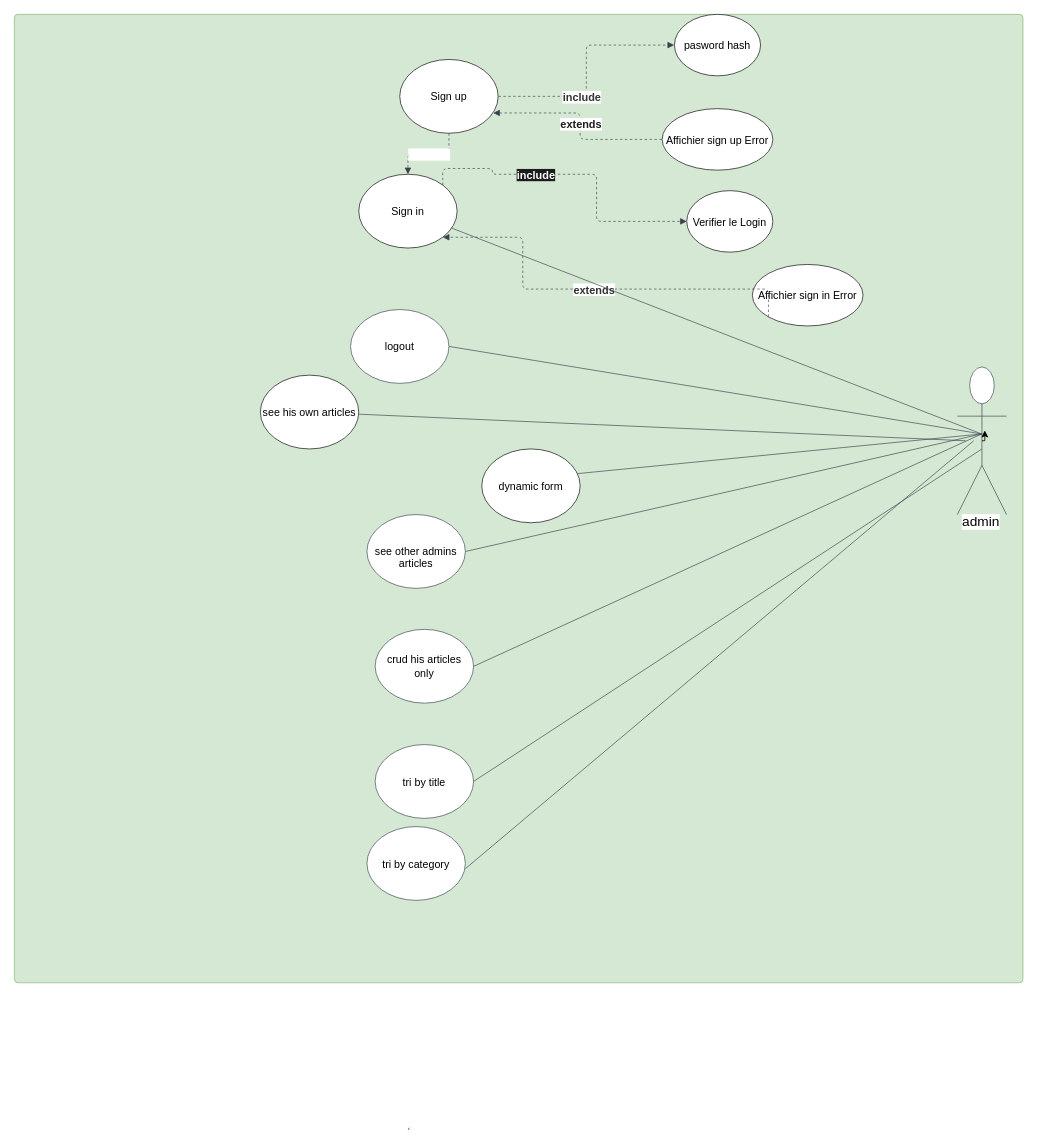
Earlier version of the draw.io diagram diagrams/diagram use case.drawio (ABRACHE01/Planet.DEV__website). Source tidied: cells renumbered, new cells numbered last; positions are measured from the earlier drawing's top-left corner, leaving out a move shared by most shapes. Both pictures are drawn from the tidied source at 82%, with x=0, y=0 at pixel (14, 14).
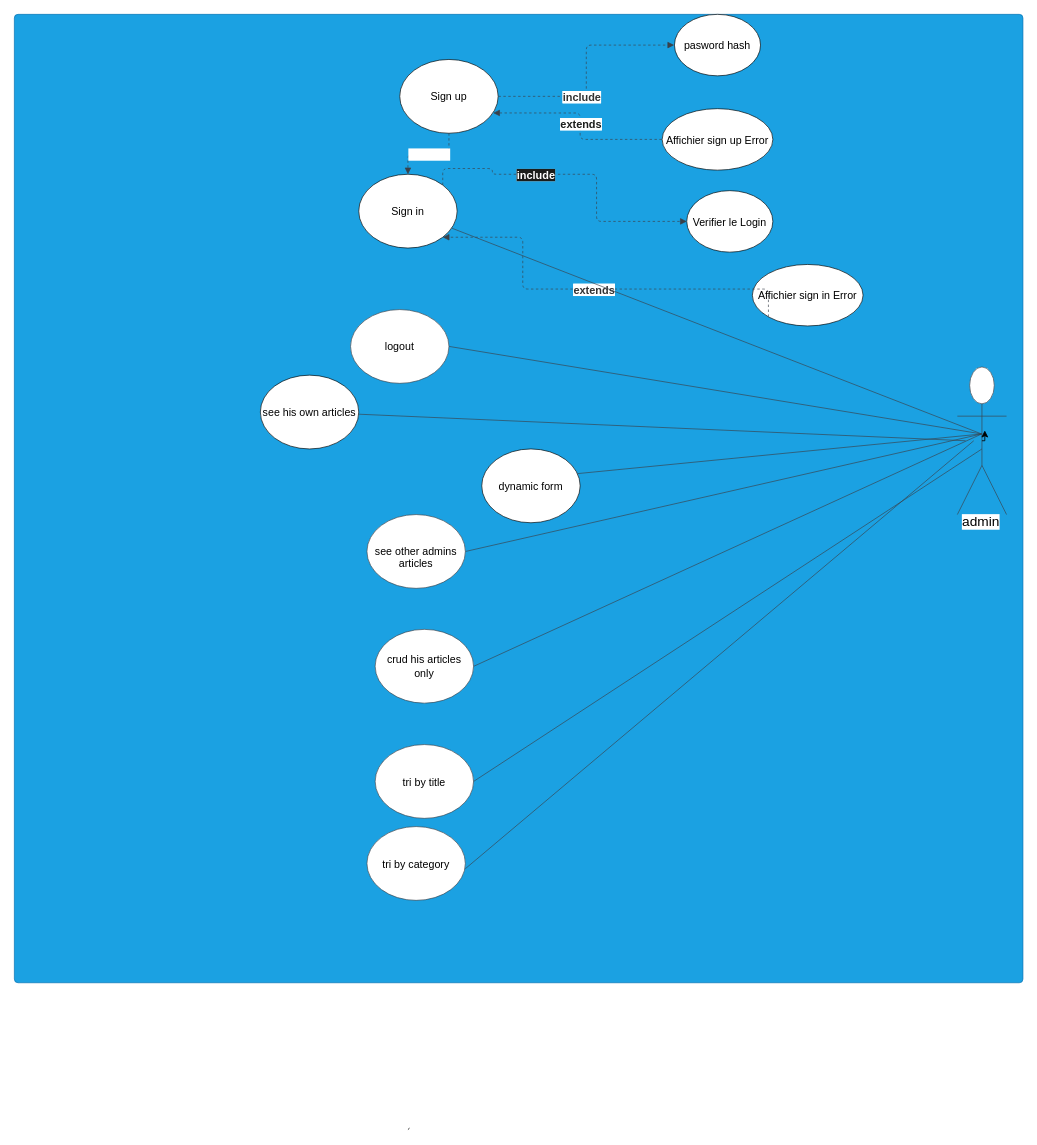
Above is the later version.

The edit, as a diff of the source:
```diff
@@
-    <mxCell id="2" style="html=1;overflow=block;blockSpacing=1;whiteSpace=wrap;fontSize=16.7;spacing=0;strokeColor=#82b366;strokeOpacity=100;fillOpacity=100;rounded=1;absoluteArcSize=1;arcSize=9;fillColor=#d5e8d4;strokeWidth=0.8;" parent="1" vertex="1">
+    <mxCell id="2" style="html=1;overflow=block;blockSpacing=1;whiteSpace=wrap;fontSize=16.7;spacing=0;strokeColor=#006EAF;strokeOpacity=100;fillOpacity=100;rounded=1;absoluteArcSize=1;arcSize=9;fillColor=#1ba1e2;strokeWidth=0.8;fontColor=#ffffff;" parent="1" vertex="1">
       <mxGeometry width="1230" height="1181" as="geometry" />
     </mxCell>
```
